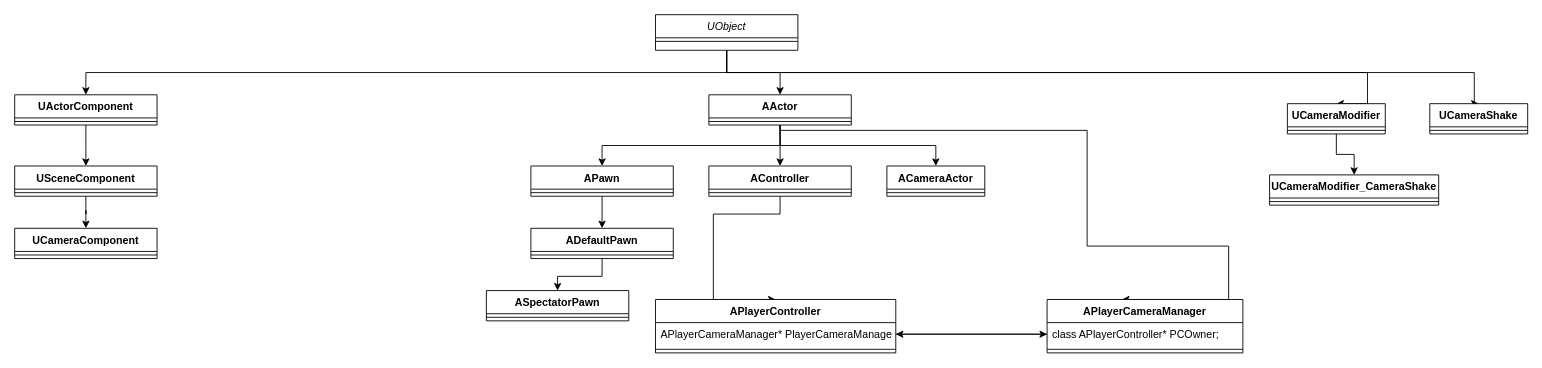
The draw.io diagram Untitled Diagram.drawio in whukxggx/draw, before the edit. Source tidied: cells renumbered, new cells numbered last; positions are measured from the earlier drawing's top-left corner, leaving out a move shared by most shapes. Both pictures are drawn from the tidied source at 89%, with x=0, y=0 at pixel (14, 14).
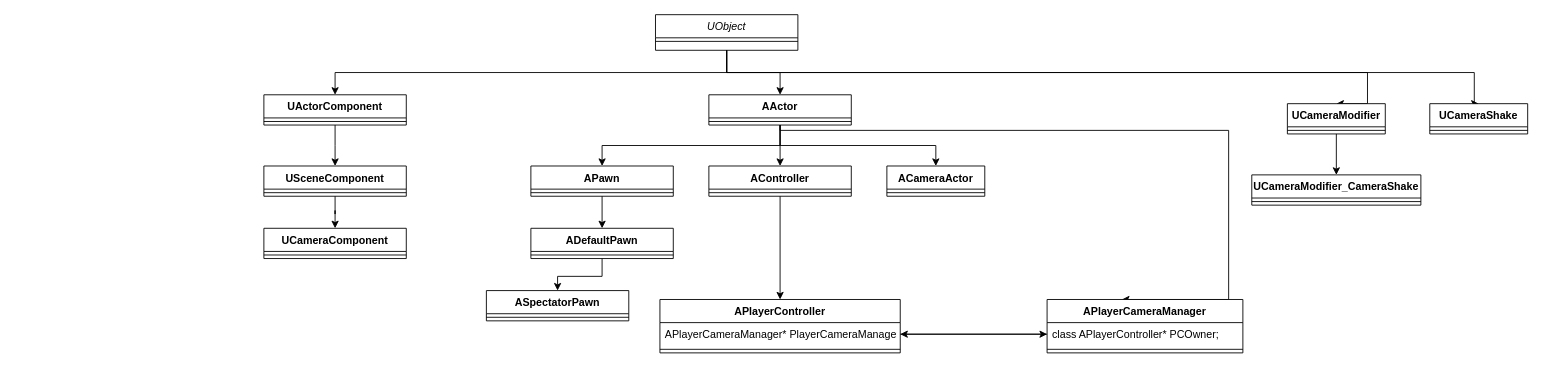
After the change.

The change refers to these unchanged cells:
```xml
<mxCell id="20" value="AActor" style="swimlane;fontStyle=1;align=center;verticalAlign=top;horizontal=1;startSize=26;" parent="1" vertex="1">
  <mxGeometry x="780" y="90" width="160" height="34" as="geometry" />
</mxCell>
<mxCell id="23" value="AController" style="swimlane;fontStyle=1;align=center;verticalAlign=top;horizontal=1;startSize=26;" parent="1" vertex="1">
  <mxGeometry x="780" y="170" width="160" height="34" as="geometry" />
</mxCell>
<mxCell id="30" value="APlayerCameraManager" style="swimlane;fontStyle=1;align=center;verticalAlign=top;horizontal=1;startSize=26;" parent="1" vertex="1">
  <mxGeometry x="1160" y="320" width="220" height="60" as="geometry" />
</mxCell>
```

Diff of the diagram source:
```diff
@@
     <mxCell id="8" style="edgeStyle=orthogonalEdgeStyle;rounded=0;jettySize=auto;html=1;exitX=0.5;exitY=1;exitDx=0;exitDy=0;" parent="1" edge="1" source="9">
       <mxGeometry relative="1" as="geometry">
-        <mxPoint x="80" y="170" as="targetPoint" />
+        <mxPoint x="360" y="170" as="targetPoint" />
       </mxGeometry>
     </mxCell>
     <mxCell id="9" value="UActorComponent" style="swimlane;fontStyle=1;align=center;verticalAlign=top;horizontal=1;startSize=26;" parent="1" vertex="1">
-      <mxGeometry y="90" width="160" height="34" as="geometry" />
+      <mxGeometry x="280" y="90" width="160" height="34" as="geometry" />
     </mxCell>
@@
     <mxCell id="12" value="USceneComponent" style="swimlane;fontStyle=1;align=center;verticalAlign=top;horizontal=1;startSize=26;" parent="1" vertex="1">
-      <mxGeometry y="170" width="160" height="34" as="geometry" />
+      <mxGeometry x="280" y="170" width="160" height="34" as="geometry" />
     </mxCell>
@@
     <mxCell id="14" value="UCameraComponent" style="swimlane;fontStyle=1;align=center;verticalAlign=top;horizontal=1;startSize=26;" parent="1" vertex="1">
-      <mxGeometry y="240" width="160" height="34" as="geometry" />
+      <mxGeometry x="280" y="240" width="160" height="34" as="geometry" />
     </mxCell>
@@
     <mxCell id="18" style="edgeStyle=orthogonalEdgeStyle;rounded=0;jettySize=auto;html=1;exitX=0.5;exitY=1;exitDx=0;exitDy=0;entryX=0.382;entryY=0;entryDx=0;entryDy=0;entryPerimeter=0;" parent="1" edge="1" source="20" target="30">
       <mxGeometry relative="1" as="geometry">
         <Array as="points">
           <mxPoint x="860" y="130" />
-          <mxPoint x="1205" y="130" />
-          <mxPoint x="1205" y="260" />
-          <mxPoint x="1364" y="260" />
+          <mxPoint x="1364" y="130" />
+          <mxPoint x="1364" y="320" />
         </Array>
       </mxGeometry>
     </mxCell>
@@
-    <mxCell id="22" style="edgeStyle=orthogonalEdgeStyle;rounded=0;jettySize=auto;html=1;entryX=0.5;entryY=0;entryDx=0;entryDy=0;" parent="1" edge="1" source="23" target="27">
-      <mxGeometry relative="1" as="geometry">
-        <Array as="points">
-          <mxPoint x="860" y="224" />
-          <mxPoint x="785" y="224" />
-          <mxPoint x="785" y="320" />
-        </Array>
-      </mxGeometry>
+    <mxCell id="22" style="edgeStyle=orthogonalEdgeStyle;rounded=0;jettySize=auto;html=1;exitX=0.5;exitY=1;exitDx=0;exitDy=0;entryX=0.5;entryY=0;entryDx=0;entryDy=0;" parent="1" edge="1" source="23" target="27">
+      <mxGeometry relative="1" as="geometry" />
     </mxCell>
@@
     <mxCell id="27" value="APlayerController&#10;" style="swimlane;fontStyle=1;align=center;verticalAlign=top;horizontal=1;startSize=26;" parent="1" vertex="1">
-      <mxGeometry x="720" y="320" width="270" height="60" as="geometry" />
+      <mxGeometry x="725" y="320" width="270" height="60" as="geometry" />
     </mxCell>
@@
     <mxCell id="40" value="UCameraModifier_CameraShake" style="swimlane;fontStyle=1;align=center;verticalAlign=top;horizontal=1;startSize=26;" parent="1" vertex="1">
-      <mxGeometry x="1410" y="180" width="190" height="34" as="geometry" />
+      <mxGeometry x="1390" y="180" width="190" height="34" as="geometry" />
     </mxCell>
```
